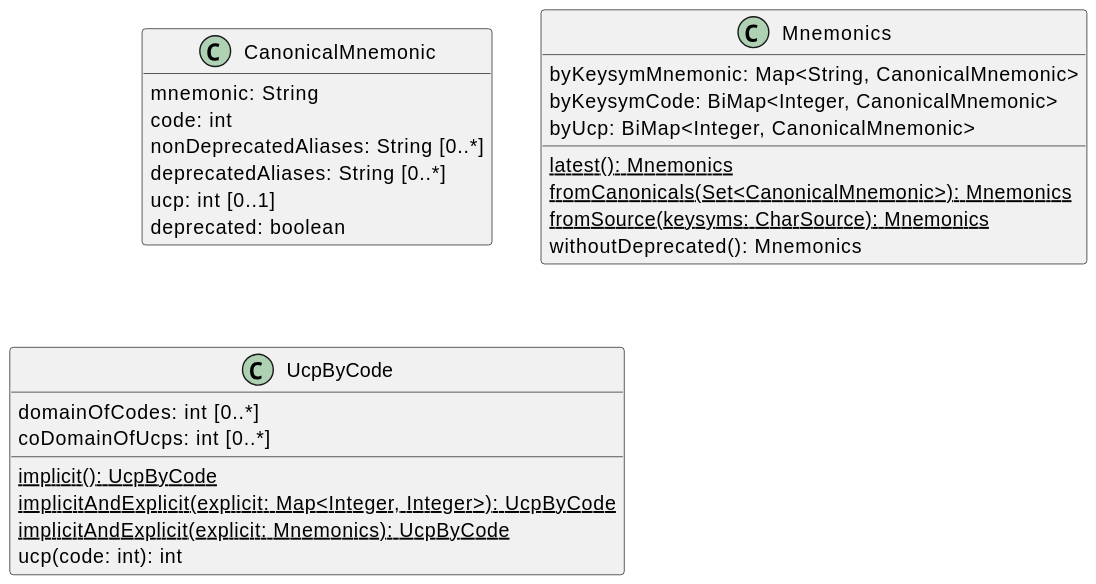
This is Mnemonics.svg from oliviercailloux/Keyboardd, a PlantUML export, as it was before one commit. Its diagram source:
```plantuml
@startuml
hide empty members

class "CanonicalMnemonic" {
  mnemonic: String
  code: int
  nonDeprecatedAliases: String [0..*]
  deprecatedAliases: String [0..*]
  ucp: int [0..1]
  deprecated: boolean
}

class "Mnemonics" {
  {static} latest(): Mnemonics
  {static} fromCanonicals(Set<CanonicalMnemonic>): Mnemonics
  {static} fromSource(keysyms: CharSource): Mnemonics
  byKeysymMnemonic: Map<String, CanonicalMnemonic>
  byKeysymCode: BiMap<Integer, CanonicalMnemonic>
  byUcp: BiMap<Integer, CanonicalMnemonic>
  withoutDeprecated(): Mnemonics
}

class "UcpByCode" {
  {static} implicit(): UcpByCode
  {static} implicitAndExplicit(explicit: Map<Integer, Integer>): UcpByCode
  {static} implicitAndExplicit(explicit: Mnemonics): UcpByCode
  domainOfCodes: int [0..*]
  coDomainOfUcps: int [0..*]
  ucp(code: int): int
}
@enduml
```
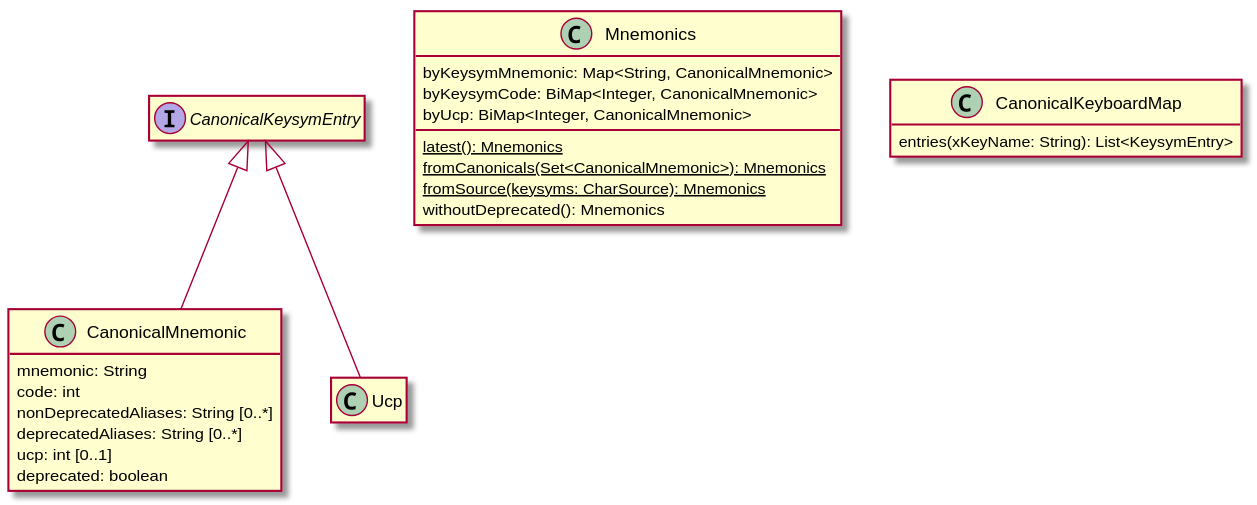
Later version of the same file.

The edit, as a diff of the source:
```diff
@@ -1,4 +1,4 @@
-@startuml
+@startuml Mnemonics
 hide empty members
 
 class "CanonicalMnemonic" {
@@ -20,12 +20,12 @@
   withoutDeprecated(): Mnemonics
 }
 
-class "UcpByCode" {
-  {static} implicit(): UcpByCode
-  {static} implicitAndExplicit(explicit: Map<Integer, Integer>): UcpByCode
-  {static} implicitAndExplicit(explicit: Mnemonics): UcpByCode
-  domainOfCodes: int [0..*]
-  coDomainOfUcps: int [0..*]
-  ucp(code: int): int
+interface "CanonicalKeysymEntry" {}
+"CanonicalKeysymEntry" <|-- "CanonicalMnemonic"
+"CanonicalKeysymEntry" <|-- "Ucp"
+
+class "CanonicalKeyboardMap" {
+  entries(xKeyName: String): List<KeysymEntry>
 }
+
 @enduml
```
